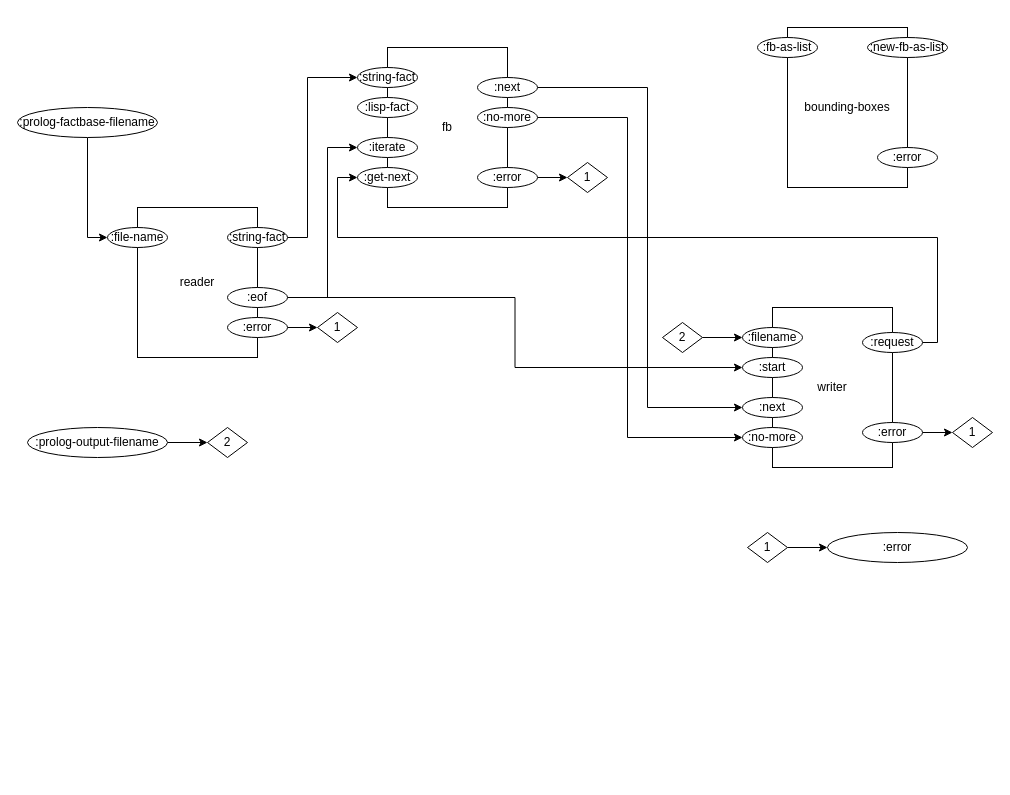
This is page "Compiler Internals" (2 of 7) of svg/cl-compiler/doc/Compiler Internals.drawio from bmfbp/bmfbp, a draw.io file, before an edit. Source tidied: cells renumbered, new cells numbered last; positions are measured from the earlier drawing's top-left corner, leaving out a move shared by most shapes. Both pictures are drawn from the tidied source at 100%, with x=0, y=0 at pixel (17, 27).
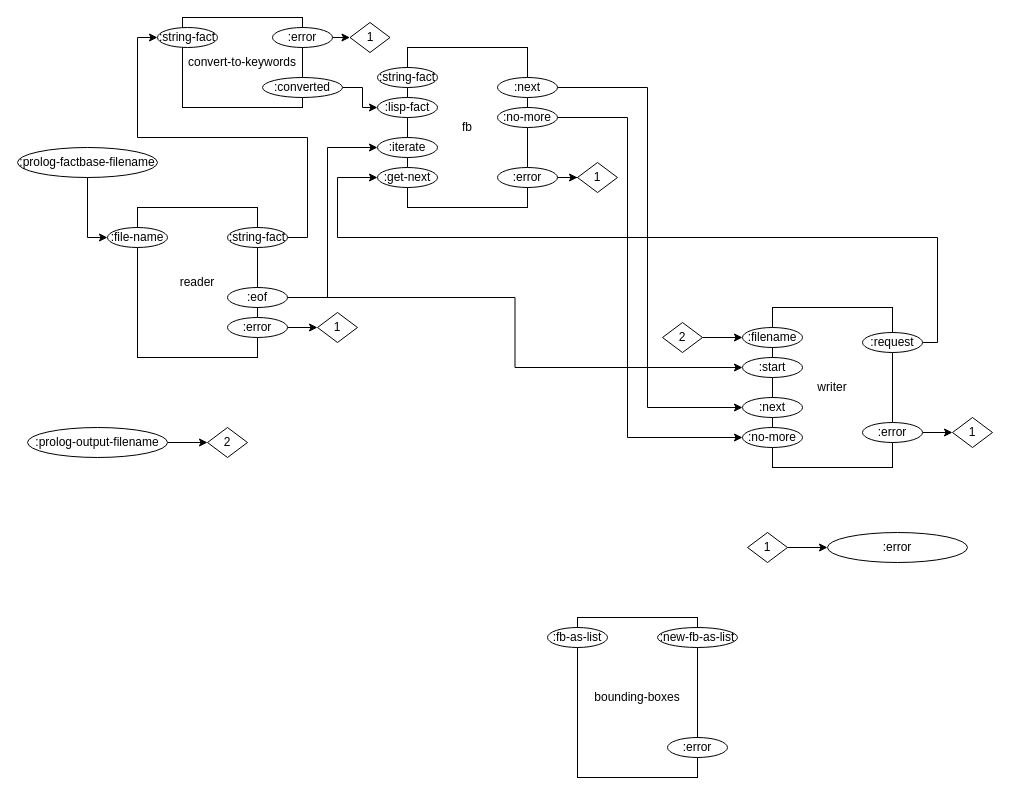
The same page after the edit.

Commit message (it also covers changes not shown here):
added convert-to-keywords part

The change refers to these unchanged cells:
```xml
<mxCell id="11" value=":string-fact" style="ellipse;whiteSpace=wrap;html=1;" parent="1" vertex="1">
  <mxGeometry x="210" y="200" width="60" height="20" as="geometry" />
</mxCell>
```

Diff of the diagram source:
```diff
@@
     <mxCell id="3" value="fb" style="rounded=0;whiteSpace=wrap;html=1;" parent="1" vertex="1">
-      <mxGeometry x="370" y="20" width="120" height="160" as="geometry" />
+      <mxGeometry x="390" y="20" width="120" height="160" as="geometry" />
     </mxCell>
@@
-    <mxCell id="10" style="edgeStyle=orthogonalEdgeStyle;rounded=0;jettySize=auto;html=1;exitX=1;exitY=0.5;exitDx=0;exitDy=0;entryX=0;entryY=0.5;entryDx=0;entryDy=0;" parent="1" edge="1" source="11" target="21">
-      <mxGeometry relative="1" as="geometry">
-        <Array as="points">
-          <mxPoint x="290" y="210" />
-          <mxPoint x="290" y="50" />
-        </Array>
-      </mxGeometry>
-    </mxCell>
+    <mxCell id="48" style="edgeStyle=orthogonalEdgeStyle;rounded=0;jettySize=auto;html=1;exitX=1;exitY=0.5;exitDx=0;exitDy=0;entryX=0;entryY=0.5;entryDx=0;entryDy=0;" parent="1" edge="1" source="11" target="50">
+      <mxGeometry relative="1" as="geometry">
+        <Array as="points">
+          <mxPoint x="290" y="210" />
+          <mxPoint x="290" y="110" />
+          <mxPoint x="120" y="110" />
+          <mxPoint x="120" y="10" />
+        </Array>
+      </mxGeometry>
+    </mxCell>
@@
     <mxCell id="13" value=":lisp-fact" style="ellipse;whiteSpace=wrap;html=1;" parent="1" vertex="1">
-      <mxGeometry x="340" y="70" width="60" height="20" as="geometry" />
+      <mxGeometry x="360" y="70" width="60" height="20" as="geometry" />
     </mxCell>
     <mxCell id="14" value=":get-next" style="ellipse;whiteSpace=wrap;html=1;" parent="1" vertex="1">
-      <mxGeometry x="340" y="140" width="60" height="20" as="geometry" />
+      <mxGeometry x="360" y="140" width="60" height="20" as="geometry" />
     </mxCell>
@@
     <mxCell id="16" value=":next" style="ellipse;whiteSpace=wrap;html=1;" parent="1" vertex="1">
-      <mxGeometry x="460" y="50" width="60" height="20" as="geometry" />
+      <mxGeometry x="480" y="50" width="60" height="20" as="geometry" />
     </mxCell>
@@
     <mxCell id="18" value=":no-more" style="ellipse;whiteSpace=wrap;html=1;" parent="1" vertex="1">
-      <mxGeometry x="460" y="80" width="60" height="20" as="geometry" />
+      <mxGeometry x="480" y="80" width="60" height="20" as="geometry" />
     </mxCell>
@@
     <mxCell id="20" value=":error" style="ellipse;whiteSpace=wrap;html=1;" parent="1" vertex="1">
-      <mxGeometry x="460" y="140" width="60" height="20" as="geometry" />
+      <mxGeometry x="480" y="140" width="60" height="20" as="geometry" />
     </mxCell>
     <mxCell id="21" value=":string-fact" style="ellipse;whiteSpace=wrap;html=1;" parent="1" vertex="1">
-      <mxGeometry x="340" y="40" width="60" height="20" as="geometry" />
+      <mxGeometry x="360" y="40" width="60" height="20" as="geometry" />
     </mxCell>
@@
     <mxCell id="31" value=":prolog-factbase-filename&lt;br&gt;" style="ellipse;whiteSpace=wrap;html=1;" parent="1" vertex="1">
-      <mxGeometry y="80" width="140" height="30" as="geometry" />
+      <mxGeometry y="120" width="140" height="30" as="geometry" />
     </mxCell>
@@
     <mxCell id="35" value=":iterate" style="ellipse;whiteSpace=wrap;html=1;" parent="1" vertex="1">
-      <mxGeometry x="340" y="110" width="60" height="20" as="geometry" />
+      <mxGeometry x="360" y="110" width="60" height="20" as="geometry" />
     </mxCell>
@@
     <mxCell id="39" value="1" style="rhombus;whiteSpace=wrap;html=1;" parent="1" vertex="1">
-      <mxGeometry x="550" y="135" width="40" height="30" as="geometry" />
+      <mxGeometry x="560" y="135" width="40" height="30" as="geometry" />
     </mxCell>
@@
     <mxCell id="44" value="bounding-boxes" style="rounded=0;whiteSpace=wrap;html=1;" parent="1" vertex="1">
-      <mxGeometry x="770" width="120" height="160" as="geometry" />
+      <mxGeometry x="560" y="590" width="120" height="160" as="geometry" />
     </mxCell>
     <mxCell id="45" value=":fb-as-list" style="ellipse;whiteSpace=wrap;html=1;" parent="1" vertex="1">
-      <mxGeometry x="740" y="10" width="60" height="20" as="geometry" />
+      <mxGeometry x="530" y="600" width="60" height="20" as="geometry" />
     </mxCell>
     <mxCell id="46" value=":new-fb-as-list" style="ellipse;whiteSpace=wrap;html=1;" parent="1" vertex="1">
-      <mxGeometry x="850" y="10" width="80" height="20" as="geometry" />
+      <mxGeometry x="640" y="600" width="80" height="20" as="geometry" />
     </mxCell>
     <mxCell id="47" value=":error" style="ellipse;whiteSpace=wrap;html=1;" parent="1" vertex="1">
-      <mxGeometry x="860" y="120" width="60" height="20" as="geometry" />
+      <mxGeometry x="650" y="710" width="60" height="20" as="geometry" />
     </mxCell>
+    <mxCell id="49" value="convert-to-keywords" style="rounded=0;whiteSpace=wrap;html=1;" parent="1" vertex="1">
+      <mxGeometry x="165" y="-10" width="120" height="90" as="geometry" />
+    </mxCell>
+    <mxCell id="50" value=":string-fact" style="ellipse;whiteSpace=wrap;html=1;" parent="1" vertex="1">
+      <mxGeometry x="140" width="60" height="20" as="geometry" />
+    </mxCell>
+    <mxCell id="51" style="edgeStyle=orthogonalEdgeStyle;rounded=0;jettySize=auto;html=1;exitX=1;exitY=0.5;exitDx=0;exitDy=0;" parent="1" edge="1" source="52" target="13">
+      <mxGeometry relative="1" as="geometry" />
+    </mxCell>
+    <mxCell id="52" value=":converted" style="ellipse;whiteSpace=wrap;html=1;" parent="1" vertex="1">
+      <mxGeometry x="245" y="50" width="80" height="20" as="geometry" />
+    </mxCell>
+    <mxCell id="53" style="edgeStyle=orthogonalEdgeStyle;rounded=0;jettySize=auto;html=1;exitX=1;exitY=0.5;exitDx=0;exitDy=0;entryX=0;entryY=0.5;entryDx=0;entryDy=0;" parent="1" edge="1" source="54" target="55">
+      <mxGeometry relative="1" as="geometry" />
+    </mxCell>
+    <mxCell id="54" value=":error" style="ellipse;whiteSpace=wrap;html=1;" parent="1" vertex="1">
+      <mxGeometry x="255" width="60" height="20" as="geometry" />
+    </mxCell>
+    <mxCell id="55" value="1" style="rhombus;whiteSpace=wrap;html=1;" parent="1" vertex="1">
+      <mxGeometry x="332.5" y="-5" width="40" height="30" as="geometry" />
+    </mxCell>
```
